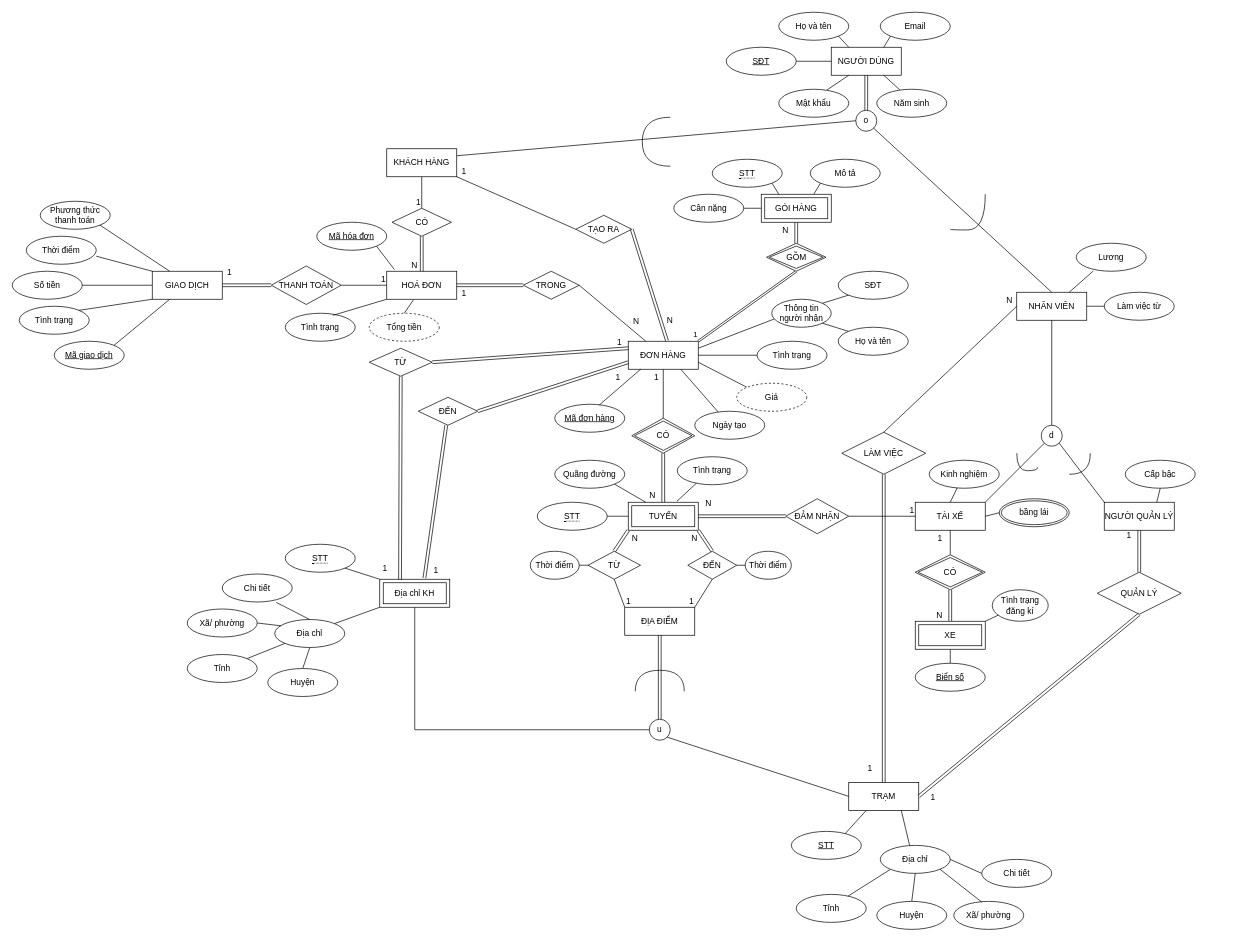
Before: db-assignment.drawio in blueonline07/auth-demo, a draw.io diagram. Source tidied: cells renumbered, new cells numbered last; positions are measured from the earlier drawing's top-left corner, leaving out a move shared by most shapes. Both pictures are drawn from the tidied source at 70%, with x=0, y=0 at pixel (12, 12).
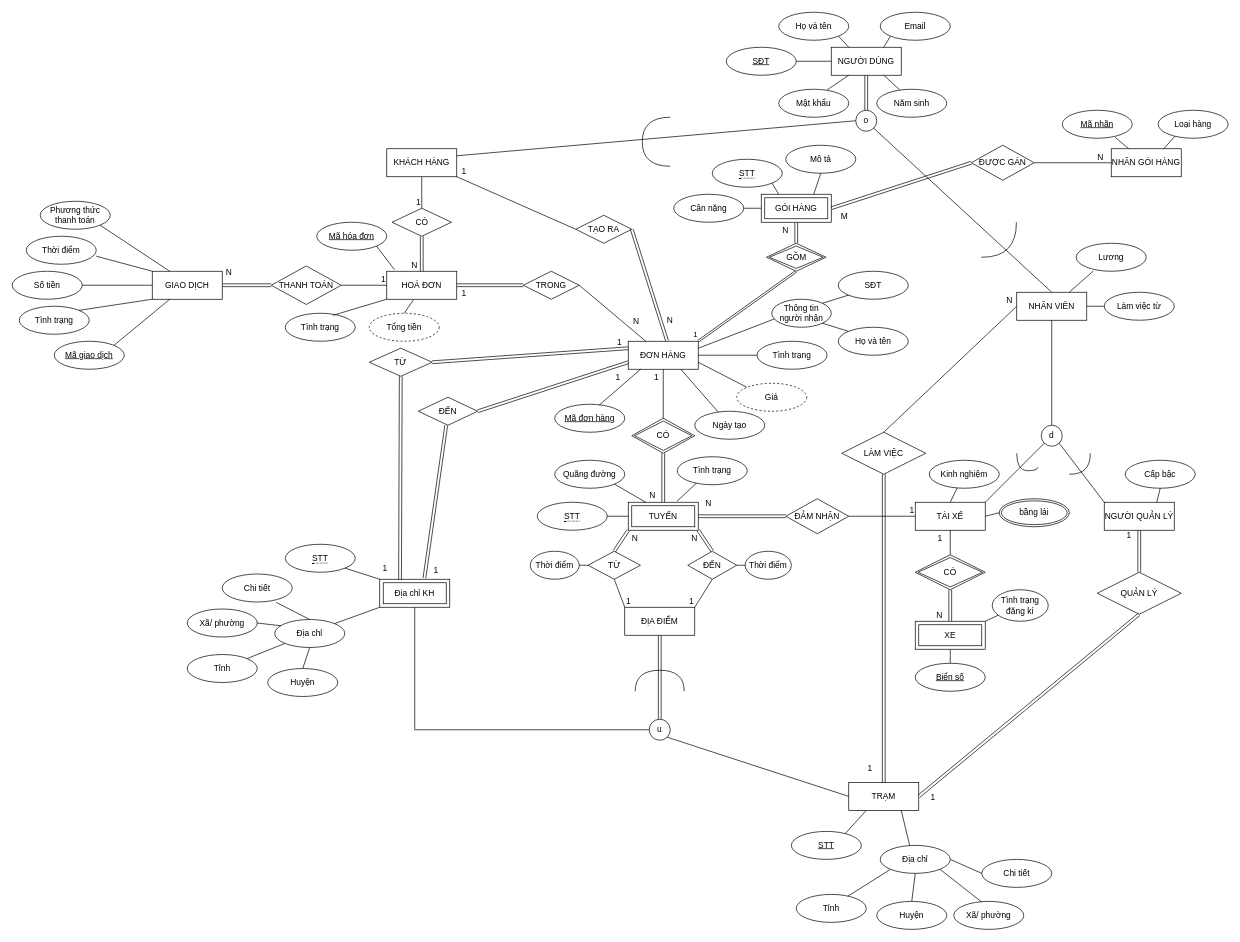
The same diagram, later.

Commit message:
Cập nhật db-assignment.drawio

The change refers to these unchanged cells:
```xml
<mxCell id="113" value="GÓI HÀNG" style="shape=ext;margin=3;double=1;whiteSpace=wrap;html=1;align=center;" parent="1" vertex="1">
  <mxGeometry x="1070" y="260" width="100" height="40" as="geometry" />
</mxCell>
<mxCell id="165" style="shape=link;html=1;rounded=0;entryX=1;entryY=0.5;entryDx=0;entryDy=0;exitX=0;exitY=0.5;exitDx=0;exitDy=0;" parent="1" edge="1" source="164" target="157">
  <mxGeometry relative="1" as="geometry" />
</mxCell>
```

What changed in the source:
```diff
@@
     <mxCell id="98" value="Mô tả" style="ellipse;whiteSpace=wrap;html=1;align=center;" parent="1" vertex="1">
-      <mxGeometry x="1140" y="210" width="100" height="40" as="geometry" />
+      <mxGeometry x="1105" y="190" width="100" height="40" as="geometry" />
     </mxCell>
-    <mxCell id="99" style="endArrow=none;html=1;rounded=0;exitX=0;exitY=1;exitDx=0;exitDy=0;entryX=0.75;entryY=0;entryDx=0;entryDy=0;" parent="1" edge="1" source="98" target="113">
+    <mxCell id="99" style="endArrow=none;html=1;rounded=0;exitX=0.5;exitY=1;exitDx=0;exitDy=0;entryX=0.75;entryY=0;entryDx=0;entryDy=0;" parent="1" edge="1" source="98" target="113">
       <mxGeometry relative="1" as="geometry" />
     </mxCell>
@@
-    <mxCell id="107" style="endArrow=none;html=1;rounded=0;edgeStyle=orthogonalEdgeStyle;curved=1;" parent="1" edge="1">
-      <mxGeometry relative="1" as="geometry">
-        <mxPoint x="1340" y="310" as="sourcePoint" />
-        <mxPoint x="1390" y="260" as="targetPoint" />
-        <Array as="points">
-          <mxPoint x="1390.5" y="311" />
-        </Array>
-      </mxGeometry>
-    </mxCell>
@@
-    <mxCell id="166" value="1" style="html=1;whiteSpace=wrap;align=right;verticalAlign=bottom;" parent="165" vertex="1">
+    <mxCell id="166" value="N" style="html=1;whiteSpace=wrap;align=right;verticalAlign=bottom;" parent="165" vertex="1">
       <mxGeometry x="1" relative="1" as="geometry">
         <mxPoint x="15" y="-10" as="offset" />
       </mxGeometry>
     </mxCell>
@@
+    <mxCell id="199" value="NHÃN GÓI HÀNG" style="whiteSpace=wrap;html=1;align=center;" parent="1" vertex="1">
+      <mxGeometry x="1570" y="195" width="100" height="40" as="geometry" />
+    </mxCell>
+    <mxCell id="200" value="ĐƯỢC GÁN" style="shape=rhombus;perimeter=rhombusPerimeter;whiteSpace=wrap;html=1;align=center;" parent="1" vertex="1">
+      <mxGeometry x="1370" y="190" width="90" height="50" as="geometry" />
+    </mxCell>
+    <mxCell id="201" style="endArrow=none;html=1;rounded=0;edgeStyle=orthogonalEdgeStyle;curved=1;" parent="1" edge="1">
+      <mxGeometry relative="1" as="geometry">
+        <mxPoint x="1384.5" y="350" as="sourcePoint" />
+        <mxPoint x="1434.5" y="300" as="targetPoint" />
+      </mxGeometry>
+    </mxCell>
+    <mxCell id="202" style="shape=link;html=1;rounded=0;entryX=1;entryY=0.5;entryDx=0;entryDy=0;exitX=0;exitY=0.5;exitDx=0;exitDy=0;" parent="1" edge="1" source="200" target="113">
+      <mxGeometry relative="1" as="geometry" />
+    </mxCell>
+    <mxCell id="203" value="M" style="html=1;whiteSpace=wrap;align=right;verticalAlign=bottom;" parent="202" vertex="1">
+      <mxGeometry x="1" relative="1" as="geometry">
+        <mxPoint x="25" y="20" as="offset" />
+      </mxGeometry>
+    </mxCell>
+    <mxCell id="204" style="endArrow=none;html=1;rounded=0;exitX=1;exitY=0.5;exitDx=0;exitDy=0;entryX=0;entryY=0.5;entryDx=0;entryDy=0;" parent="1" edge="1" source="200" target="199">
+      <mxGeometry relative="1" as="geometry" />
+    </mxCell>
+    <mxCell id="205" value="N" style="html=1;whiteSpace=wrap;align=right;verticalAlign=bottom;" parent="204" vertex="1">
+      <mxGeometry x="1" relative="1" as="geometry">
+        <mxPoint x="-10" as="offset" />
+      </mxGeometry>
+    </mxCell>
+    <mxCell id="206" value="Loại hàng" style="ellipse;whiteSpace=wrap;html=1;align=center;" parent="1" vertex="1">
+      <mxGeometry x="1637" y="140" width="100" height="40" as="geometry" />
+    </mxCell>
+    <mxCell id="207" value="Mã nhãn" style="ellipse;whiteSpace=wrap;html=1;align=center;fontStyle=4;" parent="1" vertex="1">
+      <mxGeometry x="1500" y="140" width="100" height="40" as="geometry" />
+    </mxCell>
+    <mxCell id="208" style="endArrow=none;html=1;rounded=0;entryX=0.25;entryY=0;entryDx=0;entryDy=0;exitX=0.756;exitY=0.966;exitDx=0;exitDy=0;exitPerimeter=0;" parent="1" edge="1" source="207" target="199">
+      <mxGeometry relative="1" as="geometry" />
+    </mxCell>
+    <mxCell id="209" style="endArrow=none;html=1;rounded=0;entryX=0.242;entryY=0.923;entryDx=0;entryDy=0;entryPerimeter=0;exitX=0.75;exitY=0;exitDx=0;exitDy=0;" parent="1" edge="1" source="199" target="206">
+      <mxGeometry relative="1" as="geometry" />
+    </mxCell>
```
